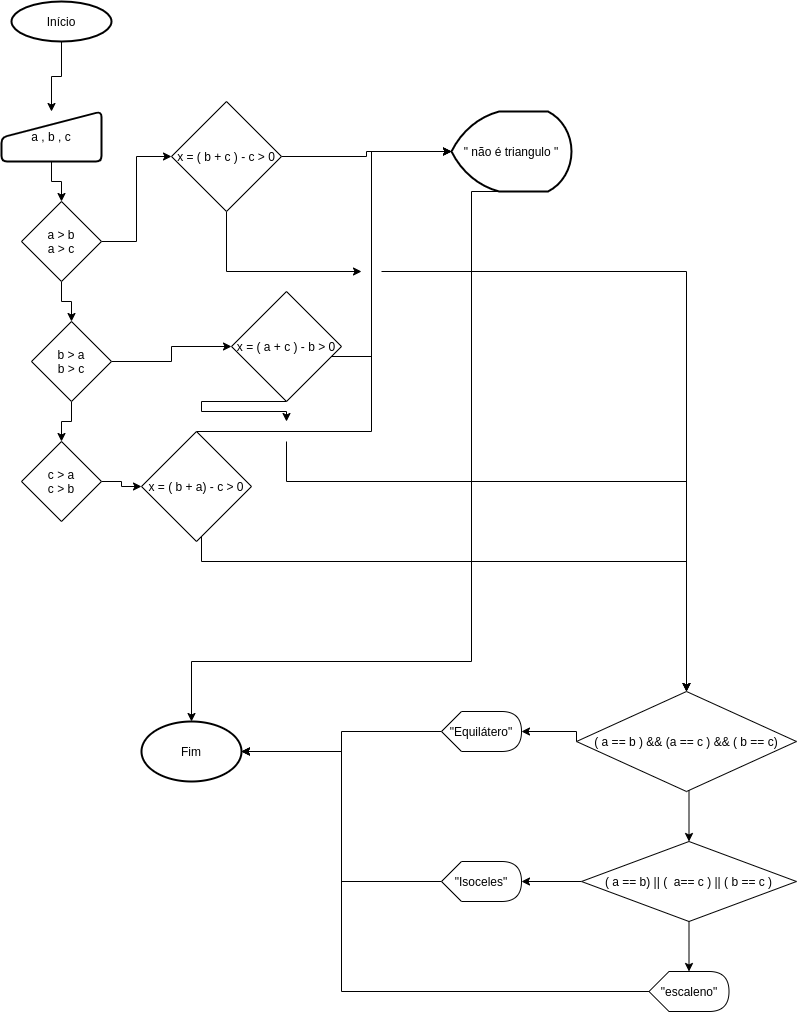
Before: Trabalho_ de_APC1_(Questão 2).png, a diagram exported from draw.io (Lrlk/Trabalho-de-APC1). Source tidied: cells renumbered, new cells last; positions are measured from the earlier drawing's top-left corner, leaving out a move shared by most shapes.
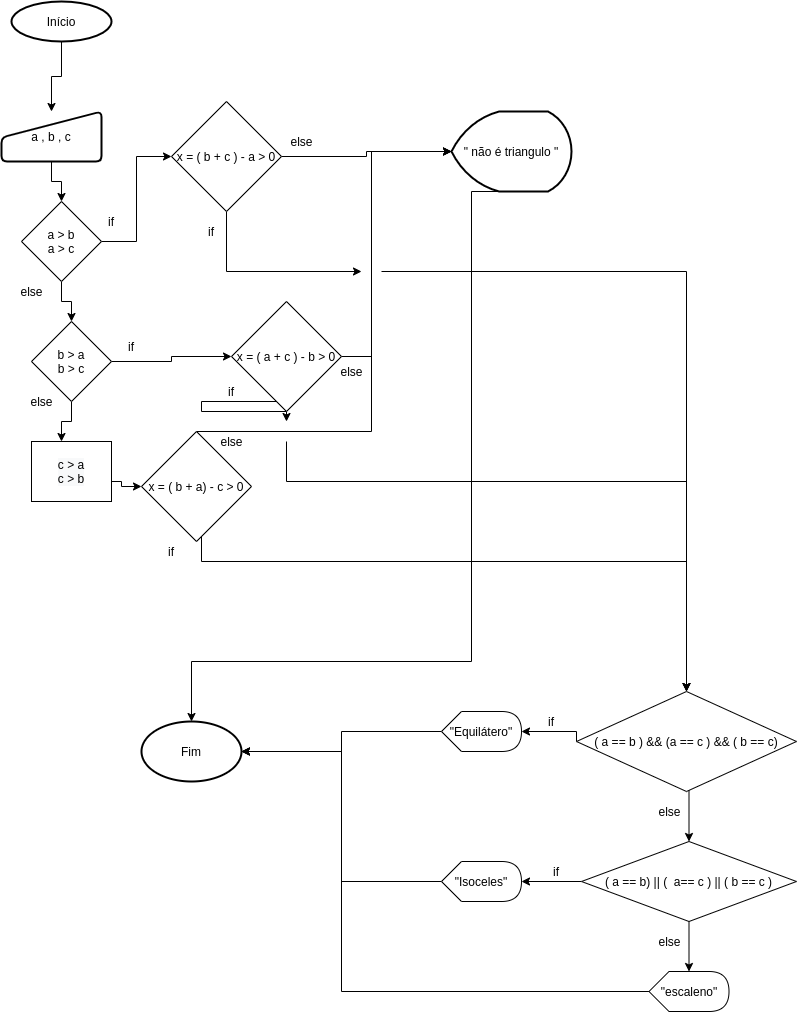
After the change.

Diff of the diagram source:
```diff
@@ -31,8 +31,10 @@
     <mxCell id="9" value="a &amp;gt; b&lt;br&gt;a &amp;gt; c" style="rhombus;whiteSpace=wrap;html=1;" parent="1" vertex="1">
       <mxGeometry x="20" y="200" width="80" height="80" as="geometry" />
     </mxCell>
-    <mxCell id="10" style="edgeStyle=orthogonalEdgeStyle;rounded=0;jettySize=auto;html=1;" parent="1" edge="1" source="12" target="14">
-      <mxGeometry relative="1" as="geometry" />
+    <mxCell id="10" style="edgeStyle=orthogonalEdgeStyle;rounded=0;jettySize=auto;html=1;" parent="1" edge="1" source="12">
+      <mxGeometry relative="1" as="geometry">
+        <mxPoint x="60" y="440" as="targetPoint" />
+      </mxGeometry>
     </mxCell>
     <mxCell id="11" style="edgeStyle=orthogonalEdgeStyle;rounded=0;jettySize=auto;html=1;exitX=1;exitY=0.5;exitDx=0;exitDy=0;entryX=0;entryY=0.5;entryDx=0;entryDy=0;" parent="1" edge="1" source="12" target="22">
       <mxGeometry relative="1" as="geometry" />
@@ -40,12 +42,11 @@
     <mxCell id="12" value="b &amp;gt; a&lt;br&gt;b &amp;gt; c" style="rhombus;whiteSpace=wrap;html=1;" parent="1" vertex="1">
       <mxGeometry x="30" y="320" width="80" height="80" as="geometry" />
     </mxCell>
-    <mxCell id="13" style="edgeStyle=orthogonalEdgeStyle;rounded=0;jettySize=auto;html=1;entryX=0;entryY=0.5;entryDx=0;entryDy=0;" parent="1" edge="1" source="14" target="25">
-      <mxGeometry relative="1" as="geometry" />
+    <mxCell id="13" style="edgeStyle=orthogonalEdgeStyle;rounded=0;jettySize=auto;html=1;entryX=0;entryY=0.5;entryDx=0;entryDy=0;" parent="1" edge="1" target="25">
+      <mxGeometry relative="1" as="geometry">
+        <mxPoint x="100" y="480" as="sourcePoint" />
+      </mxGeometry>
     </mxCell>
-    <mxCell id="14" value="c &amp;gt; a&lt;br&gt;c &amp;gt; b" style="rhombus;whiteSpace=wrap;html=1;" parent="1" vertex="1">
-      <mxGeometry x="20" y="440" width="80" height="80" as="geometry" />
-    </mxCell>
     <mxCell id="15" style="edgeStyle=orthogonalEdgeStyle;rounded=0;jettySize=auto;html=1;entryX=0;entryY=0.75;entryDx=0;entryDy=0;" parent="1" edge="1" source="18">
       <mxGeometry relative="1" as="geometry">
         <mxPoint x="450" y="150" as="targetPoint" />
@@ -67,7 +68,7 @@
         </Array>
       </mxGeometry>
     </mxCell>
-    <mxCell id="18" value="&lt;span&gt;x = ( b + c ) - c &amp;gt; 0&lt;/span&gt;" style="rhombus;whiteSpace=wrap;html=1;" parent="1" vertex="1">
+    <mxCell id="18" value="&lt;span&gt;x = ( b + c ) - a &amp;gt; 0&lt;/span&gt;" style="rhombus;whiteSpace=wrap;html=1;" parent="1" vertex="1">
       <mxGeometry x="170" y="100" width="110" height="110" as="geometry" />
     </mxCell>
     <mxCell id="19" style="edgeStyle=orthogonalEdgeStyle;rounded=0;jettySize=auto;html=1;entryX=0;entryY=0.5;entryDx=0;entryDy=0;entryPerimeter=0;" parent="1" edge="1" source="22" target="30">
@@ -98,7 +99,7 @@
       </mxGeometry>
     </mxCell>
     <mxCell id="22" value="&lt;span&gt;x = ( a + c ) - b &amp;gt; 0&lt;/span&gt;" style="rhombus;whiteSpace=wrap;html=1;" parent="1" vertex="1">
-      <mxGeometry x="230" y="290" width="110" height="110" as="geometry" />
+      <mxGeometry x="230" y="300" width="110" height="110" as="geometry" />
     </mxCell>
     <mxCell id="23" style="edgeStyle=orthogonalEdgeStyle;rounded=0;jettySize=auto;html=1;entryX=0;entryY=0.75;entryDx=0;entryDy=0;" parent="1" edge="1" source="25">
       <mxGeometry relative="1" as="geometry">
@@ -187,5 +188,50 @@
     <mxCell id="40" value="Fim" style="strokeWidth=2;html=1;shape=mxgraph.flowchart.start_1;whiteSpace=wrap;" parent="1" vertex="1">
       <mxGeometry x="140" y="720" width="100" height="60" as="geometry" />
     </mxCell>
+    <mxCell id="41" value="if" style="text;html=1;strokeColor=none;fillColor=none;align=center;verticalAlign=middle;whiteSpace=wrap;rounded=0;" parent="1" vertex="1">
+      <mxGeometry x="110" y="335" width="40" height="20" as="geometry" />
+    </mxCell>
+    <mxCell id="42" value="else" style="text;html=1;align=center;verticalAlign=middle;" parent="1" vertex="1">
+      <mxGeometry x="20" y="390" width="40" height="20" as="geometry" />
+    </mxCell>
+    <mxCell id="43" value="if" style="text;html=1;strokeColor=none;fillColor=none;align=center;verticalAlign=middle;whiteSpace=wrap;rounded=0;" parent="1" vertex="1">
+      <mxGeometry x="90" y="210" width="40" height="20" as="geometry" />
+    </mxCell>
+    <mxCell id="14" value="&lt;meta charset=&quot;utf-8&quot;&gt;&lt;span style=&quot;color: rgb(0, 0, 0); font-family: helvetica; font-size: 12px; font-style: normal; font-weight: 400; letter-spacing: normal; text-align: center; text-indent: 0px; text-transform: none; word-spacing: 0px; background-color: rgb(248, 249, 250); display: inline; float: none;&quot;&gt;c &amp;gt; a&lt;/span&gt;&lt;br style=&quot;color: rgb(0, 0, 0); font-family: helvetica; font-size: 12px; font-style: normal; font-weight: 400; letter-spacing: normal; text-align: center; text-indent: 0px; text-transform: none; word-spacing: 0px; background-color: rgb(248, 249, 250);&quot;&gt;&lt;span style=&quot;color: rgb(0, 0, 0); font-family: helvetica; font-size: 12px; font-style: normal; font-weight: 400; letter-spacing: normal; text-align: center; text-indent: 0px; text-transform: none; word-spacing: 0px; background-color: rgb(248, 249, 250); display: inline; float: none;&quot;&gt;c &amp;gt; b&lt;/span&gt;" style="rounded=0;whiteSpace=wrap;html=1;" parent="1" vertex="1">
+      <mxGeometry x="30" y="440" width="80" height="60" as="geometry" />
+    </mxCell>
+    <mxCell id="44" value="else" style="text;html=1;align=center;verticalAlign=middle;" parent="1" vertex="1">
+      <mxGeometry x="10" y="280" width="40" height="20" as="geometry" />
+    </mxCell>
+    <mxCell id="45" value="if" style="text;html=1;strokeColor=none;fillColor=none;align=center;verticalAlign=middle;whiteSpace=wrap;rounded=0;" parent="1" vertex="1">
+      <mxGeometry x="190" y="220" width="40" height="20" as="geometry" />
+    </mxCell>
+    <mxCell id="46" value="if" style="text;html=1;strokeColor=none;fillColor=none;align=center;verticalAlign=middle;whiteSpace=wrap;rounded=0;" parent="1" vertex="1">
+      <mxGeometry x="210" y="380" width="40" height="20" as="geometry" />
+    </mxCell>
+    <mxCell id="47" value="if" style="text;html=1;strokeColor=none;fillColor=none;align=center;verticalAlign=middle;whiteSpace=wrap;rounded=0;" parent="1" vertex="1">
+      <mxGeometry x="150" y="540" width="40" height="20" as="geometry" />
+    </mxCell>
+    <mxCell id="48" value="else" style="text;html=1;align=center;verticalAlign=middle;" parent="1" vertex="1">
+      <mxGeometry x="280" y="130" width="40" height="20" as="geometry" />
+    </mxCell>
+    <mxCell id="49" value="else" style="text;html=1;align=center;verticalAlign=middle;" parent="1" vertex="1">
+      <mxGeometry x="330" y="360" width="40" height="20" as="geometry" />
+    </mxCell>
+    <mxCell id="50" value="else" style="text;html=1;align=center;verticalAlign=middle;" parent="1" vertex="1">
+      <mxGeometry x="210" y="430" width="40" height="20" as="geometry" />
+    </mxCell>
+    <mxCell id="51" value="if" style="text;html=1;strokeColor=none;fillColor=none;align=center;verticalAlign=middle;whiteSpace=wrap;rounded=0;" parent="1" vertex="1">
+      <mxGeometry x="530" y="710" width="40" height="20" as="geometry" />
+    </mxCell>
+    <mxCell id="52" value="if" style="text;html=1;strokeColor=none;fillColor=none;align=center;verticalAlign=middle;whiteSpace=wrap;rounded=0;" parent="1" vertex="1">
+      <mxGeometry x="535" y="860" width="40" height="20" as="geometry" />
+    </mxCell>
+    <mxCell id="53" value="else" style="text;html=1;align=center;verticalAlign=middle;" parent="1" vertex="1">
+      <mxGeometry x="647.5" y="800" width="40" height="20" as="geometry" />
+    </mxCell>
+    <mxCell id="54" value="else" style="text;html=1;align=center;verticalAlign=middle;" parent="1" vertex="1">
+      <mxGeometry x="647.5" y="930" width="40" height="20" as="geometry" />
+    </mxCell>
   </root>
 </mxGraphModel>
```
